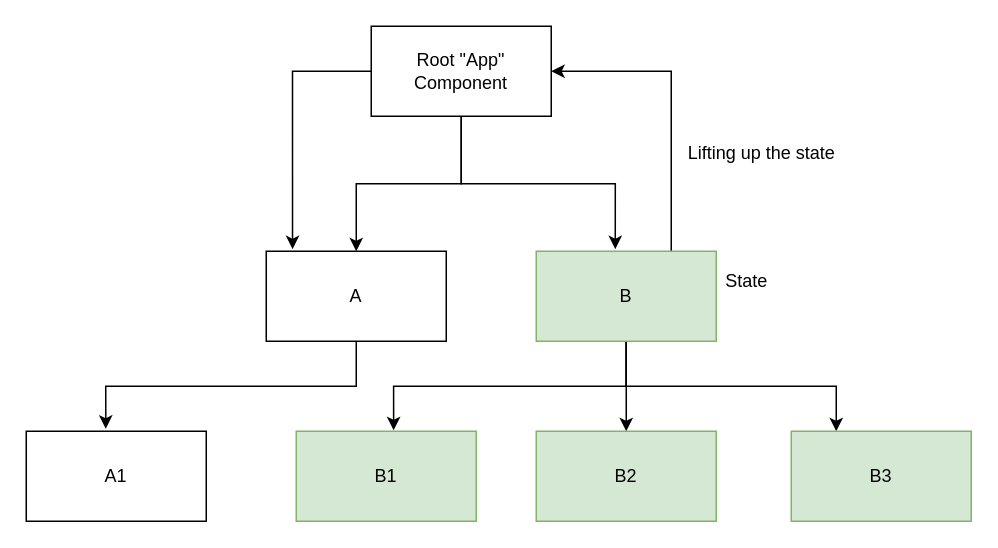
Before: page "Page-3" (3 of 3) of frontend.drawio in synergy2411/del-mar-23-react, a draw.io diagram. Source tidied: cells renumbered, new cells numbered last; positions are measured from the earlier drawing's top-left corner, leaving out a move shared by most shapes. Both pictures are drawn from the tidied source at 150%, with x=0, y=0 at pixel (26, 26).
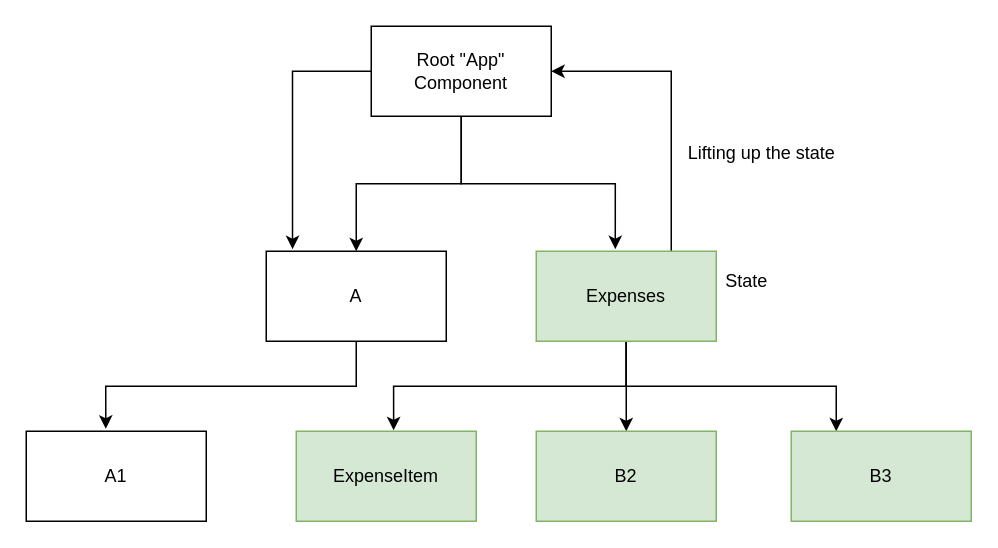
The same page after the edit.

Diff of the diagram source:
```diff
@@
 <mxGraphModel>
   <root>
     <mxCell id="0" />
     <mxCell id="1" parent="0" />
     <mxCell id="2" style="edgeStyle=orthogonalEdgeStyle;rounded=0;jettySize=auto;html=1;" parent="1" edge="1" source="5" target="7">
       <mxGeometry relative="1" as="geometry" />
     </mxCell>
     <mxCell id="3" style="edgeStyle=orthogonalEdgeStyle;rounded=0;jettySize=auto;html=1;exitX=0.5;exitY=1;exitDx=0;exitDy=0;entryX=0.439;entryY=-0.023;entryDx=0;entryDy=0;entryPerimeter=0;" parent="1" edge="1" source="5" target="12">
       <mxGeometry relative="1" as="geometry" />
     </mxCell>
     <mxCell id="4" style="edgeStyle=orthogonalEdgeStyle;rounded=0;jettySize=auto;html=1;exitX=0;exitY=0.5;exitDx=0;exitDy=0;entryX=0.146;entryY=-0.023;entryDx=0;entryDy=0;entryPerimeter=0;" parent="1" edge="1" source="5" target="7">
       <mxGeometry relative="1" as="geometry" />
     </mxCell>
     <mxCell id="5" value="Root &quot;App&quot; Component" style="rounded=0;whiteSpace=wrap;html=1;" parent="1" vertex="1">
       <mxGeometry x="230" width="120" height="60" as="geometry" />
     </mxCell>
     <mxCell id="6" style="edgeStyle=orthogonalEdgeStyle;rounded=0;jettySize=auto;html=1;exitX=0.5;exitY=1;exitDx=0;exitDy=0;entryX=0.442;entryY=-0.028;entryDx=0;entryDy=0;entryPerimeter=0;" parent="1" edge="1" source="7" target="13">
       <mxGeometry relative="1" as="geometry" />
     </mxCell>
     <mxCell id="7" value="A" style="rounded=0;whiteSpace=wrap;html=1;" parent="1" vertex="1">
       <mxGeometry x="160" y="150" width="120" height="60" as="geometry" />
     </mxCell>
     <mxCell id="8" style="edgeStyle=orthogonalEdgeStyle;rounded=0;jettySize=auto;html=1;exitX=0.5;exitY=1;exitDx=0;exitDy=0;entryX=0.5;entryY=0;entryDx=0;entryDy=0;" parent="1" edge="1" source="12" target="15">
       <mxGeometry relative="1" as="geometry" />
     </mxCell>
     <mxCell id="9" style="edgeStyle=orthogonalEdgeStyle;rounded=0;jettySize=auto;html=1;exitX=0.5;exitY=1;exitDx=0;exitDy=0;entryX=0.25;entryY=0;entryDx=0;entryDy=0;" parent="1" edge="1" source="12" target="16">
       <mxGeometry relative="1" as="geometry" />
     </mxCell>
     <mxCell id="10" style="edgeStyle=orthogonalEdgeStyle;rounded=0;jettySize=auto;html=1;exitX=0.5;exitY=1;exitDx=0;exitDy=0;entryX=0.541;entryY=-0.011;entryDx=0;entryDy=0;entryPerimeter=0;" parent="1" edge="1" source="12" target="14">
       <mxGeometry relative="1" as="geometry" />
     </mxCell>
     <mxCell id="11" style="edgeStyle=orthogonalEdgeStyle;rounded=0;jettySize=auto;html=1;exitX=0.75;exitY=0;exitDx=0;exitDy=0;entryX=1;entryY=0.5;entryDx=0;entryDy=0;" parent="1" edge="1" source="12" target="5">
       <mxGeometry relative="1" as="geometry" />
     </mxCell>
-    <mxCell id="12" value="B" style="rounded=0;whiteSpace=wrap;html=1;fillColor=#d5e8d4;strokeColor=#82b366;" parent="1" vertex="1">
+    <mxCell id="12" value="Expenses" style="rounded=0;whiteSpace=wrap;html=1;fillColor=#d5e8d4;strokeColor=#82b366;" parent="1" vertex="1">
       <mxGeometry x="340" y="150" width="120" height="60" as="geometry" />
     </mxCell>
     <mxCell id="13" value="A1" style="rounded=0;whiteSpace=wrap;html=1;" parent="1" vertex="1">
       <mxGeometry y="270" width="120" height="60" as="geometry" />
     </mxCell>
-    <mxCell id="14" value="B1" style="rounded=0;whiteSpace=wrap;html=1;fillColor=#d5e8d4;strokeColor=#82b366;" parent="1" vertex="1">
+    <mxCell id="14" value="ExpenseItem" style="rounded=0;whiteSpace=wrap;html=1;fillColor=#d5e8d4;strokeColor=#82b366;" parent="1" vertex="1">
       <mxGeometry x="180" y="270" width="120" height="60" as="geometry" />
     </mxCell>
     <mxCell id="15" value="B2" style="rounded=0;whiteSpace=wrap;html=1;fillColor=#d5e8d4;strokeColor=#82b366;" parent="1" vertex="1">
       <mxGeometry x="340" y="270" width="120" height="60" as="geometry" />
     </mxCell>
     <mxCell id="16" value="B3" style="rounded=0;whiteSpace=wrap;html=1;fillColor=#d5e8d4;strokeColor=#82b366;" parent="1" vertex="1">
       <mxGeometry x="510" y="270" width="120" height="60" as="geometry" />
     </mxCell>
     <mxCell id="17" value="State" style="text;html=1;align=center;verticalAlign=middle;strokeColor=none;fillColor=none;" parent="1" vertex="1">
       <mxGeometry x="455" y="155" width="50" height="30" as="geometry" />
     </mxCell>
     <mxCell id="18" value="Lifting up the state" style="text;html=1;align=center;verticalAlign=middle;strokeColor=none;fillColor=none;" parent="1" vertex="1">
       <mxGeometry x="430" y="70" width="120" height="30" as="geometry" />
     </mxCell>
   </root>
 </mxGraphModel>
```
